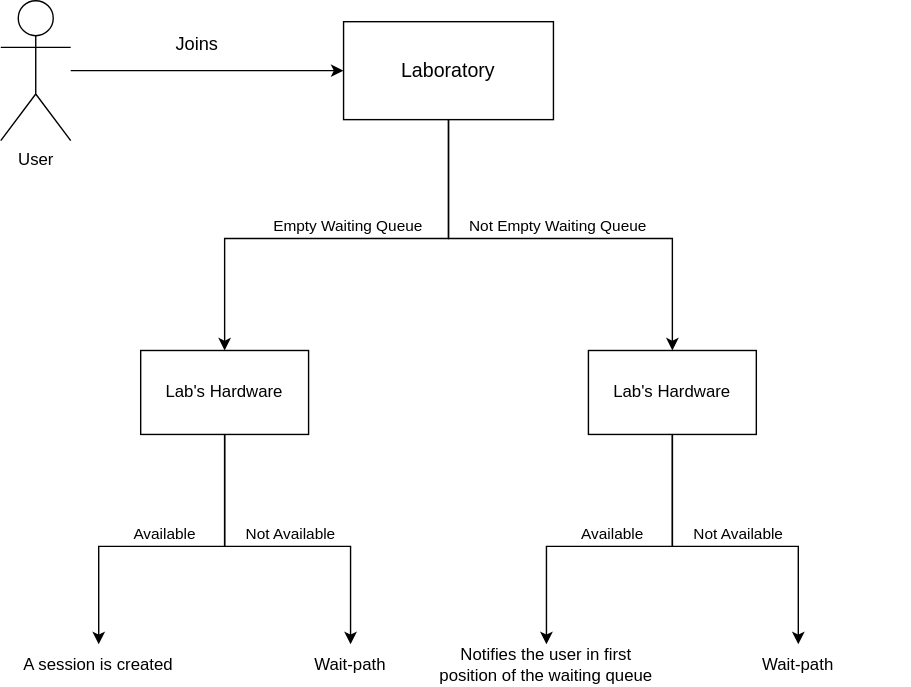
Earlier version of the draw.io export img/api/lab_waiting_queue.drawio.svg (isel-remote-lab/documentation). Source tidied: cells renumbered, new cells last; positions are measured from the earlier drawing's top-left corner, leaving out a move shared by most shapes. The source it was exported from:
```xml
<mxGraphModel>
  <root>
    <mxCell id="0" />
    <mxCell id="1" parent="0" />
    <mxCell id="2" value="Laboratory" style="rounded=0;whiteSpace=wrap;html=1;fontSize=14;" parent="1" vertex="1">
      <mxGeometry x="245" y="15" width="150" height="70" as="geometry" />
    </mxCell>
    <mxCell id="3" value="User" style="shape=umlActor;verticalLabelPosition=bottom;verticalAlign=top;html=1;" parent="1" vertex="1">
      <mxGeometry width="50" height="100" as="geometry" />
    </mxCell>
    <mxCell id="4" style="endArrow=classic;html=1;rounded=0;" parent="1" edge="1" target="2">
      <mxGeometry relative="1" as="geometry">
        <mxPoint x="50" y="50" as="sourcePoint" />
      </mxGeometry>
    </mxCell>
    <mxCell id="5" value="Joins" style="edgeLabel;html=1;align=center;verticalAlign=middle;fontSize=13;" parent="4" vertex="1">
      <mxGeometry x="-0.26" y="1" relative="1" as="geometry">
        <mxPoint x="17" y="-19" as="offset" />
      </mxGeometry>
    </mxCell>
    <mxCell id="6" style="endArrow=classic;html=1;rounded=0;" parent="1" edge="1" source="2">
      <mxGeometry relative="1" as="geometry">
        <mxPoint x="160" y="250" as="targetPoint" />
        <Array as="points">
          <mxPoint x="320" y="170" />
          <mxPoint x="160" y="170" />
        </Array>
      </mxGeometry>
    </mxCell>
    <mxCell id="7" value="Empty Waiting Queue" style="edgeLabel;html=1;align=center;verticalAlign=middle;points=[];" parent="6" vertex="1">
      <mxGeometry x="-0.03" y="-3" relative="1" as="geometry">
        <mxPoint y="-7" as="offset" />
      </mxGeometry>
    </mxCell>
    <mxCell id="8" style="endArrow=classic;html=1;rounded=0;" parent="1" edge="1" source="2">
      <mxGeometry relative="1" as="geometry">
        <mxPoint x="480" y="250" as="targetPoint" />
        <Array as="points">
          <mxPoint x="320" y="170" />
          <mxPoint x="480" y="170" />
        </Array>
      </mxGeometry>
    </mxCell>
    <mxCell id="9" value="Not Empty Waiting Queue" style="edgeLabel;html=1;align=center;verticalAlign=middle;" parent="8" vertex="1">
      <mxGeometry x="-0.07" relative="1" as="geometry">
        <mxPoint x="11" y="-10" as="offset" />
      </mxGeometry>
    </mxCell>
    <mxCell id="10" style="endArrow=classic;html=1;rounded=0;" parent="1" edge="1" target="15">
      <mxGeometry relative="1" as="geometry">
        <mxPoint x="160" y="310" as="sourcePoint" />
        <Array as="points">
          <mxPoint x="160" y="390" />
          <mxPoint x="70" y="390" />
        </Array>
      </mxGeometry>
    </mxCell>
    <mxCell id="11" value="Available" style="edgeLabel;html=1;align=center;verticalAlign=middle;" parent="10" vertex="1">
      <mxGeometry x="-0.03" y="-3" relative="1" as="geometry">
        <mxPoint x="-7" y="-7" as="offset" />
      </mxGeometry>
    </mxCell>
    <mxCell id="12" style="endArrow=classic;html=1;rounded=0;" parent="1" edge="1" target="16">
      <mxGeometry relative="1" as="geometry">
        <mxPoint x="160" y="310" as="sourcePoint" />
        <Array as="points">
          <mxPoint x="160" y="390" />
          <mxPoint x="250" y="390" />
        </Array>
      </mxGeometry>
    </mxCell>
    <mxCell id="13" value="Not Available" style="edgeLabel;html=1;align=center;verticalAlign=middle;" parent="12" vertex="1">
      <mxGeometry x="-0.07" relative="1" as="geometry">
        <mxPoint x="14" y="-10" as="offset" />
      </mxGeometry>
    </mxCell>
    <mxCell id="14" value="Lab's Hardware" style="rounded=0;whiteSpace=wrap;html=1;" parent="1" vertex="1">
      <mxGeometry x="100" y="250" width="120" height="60" as="geometry" />
    </mxCell>
    <mxCell id="15" value="A session is created" style="text;html=1;align=center;verticalAlign=middle;whiteSpace=wrap;rounded=0;" parent="1" vertex="1">
      <mxGeometry x="10" y="460" width="120" height="30" as="geometry" />
    </mxCell>
    <mxCell id="16" value="Wait-path" style="text;html=1;align=center;verticalAlign=middle;whiteSpace=wrap;rounded=0;" parent="1" vertex="1">
      <mxGeometry x="170" y="460" width="160" height="30" as="geometry" />
    </mxCell>
    <mxCell id="17" value="Lab's Hardware" style="rounded=0;whiteSpace=wrap;html=1;" parent="1" vertex="1">
      <mxGeometry x="420" y="250" width="120" height="60" as="geometry" />
    </mxCell>
    <mxCell id="18" style="endArrow=classic;html=1;rounded=0;" parent="1" edge="1" target="22">
      <mxGeometry relative="1" as="geometry">
        <mxPoint x="480" y="310" as="sourcePoint" />
        <Array as="points">
          <mxPoint x="480" y="390" />
          <mxPoint x="390" y="390" />
        </Array>
      </mxGeometry>
    </mxCell>
    <mxCell id="19" value="Available" style="edgeLabel;html=1;align=center;verticalAlign=middle;" parent="18" vertex="1">
      <mxGeometry x="-0.03" y="-3" relative="1" as="geometry">
        <mxPoint x="-7" y="-7" as="offset" />
      </mxGeometry>
    </mxCell>
    <mxCell id="20" style="endArrow=classic;html=1;rounded=0;" parent="1" edge="1" target="23">
      <mxGeometry relative="1" as="geometry">
        <mxPoint x="480" y="310" as="sourcePoint" />
        <Array as="points">
          <mxPoint x="480" y="390" />
          <mxPoint x="570" y="390" />
        </Array>
      </mxGeometry>
    </mxCell>
    <mxCell id="21" value="Not Available" style="edgeLabel;html=1;align=center;verticalAlign=middle;" parent="20" vertex="1">
      <mxGeometry x="-0.07" relative="1" as="geometry">
        <mxPoint x="14" y="-10" as="offset" />
      </mxGeometry>
    </mxCell>
    <mxCell id="22" value="Notifies the user in first position of the waiting queue" style="text;html=1;align=center;verticalAlign=middle;whiteSpace=wrap;rounded=0;" parent="1" vertex="1">
      <mxGeometry x="310" y="460" width="160" height="30" as="geometry" />
    </mxCell>
    <mxCell id="23" value="Wait-path" style="text;html=1;align=center;verticalAlign=middle;whiteSpace=wrap;rounded=0;" parent="1" vertex="1">
      <mxGeometry x="490" y="460" width="160" height="30" as="geometry" />
    </mxCell>
  </root>
</mxGraphModel>
```
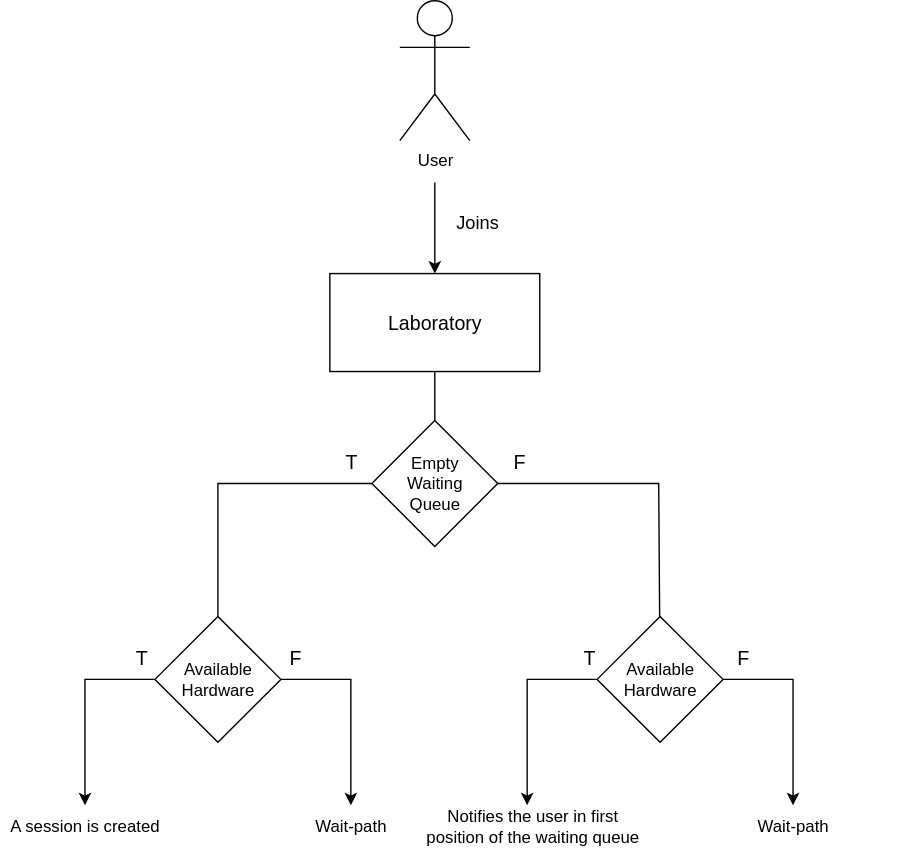
After the commit.

Diff of the diagram source:
```diff
@@ -6,119 +6,85 @@
       <mxGeometry x="245" y="15" width="150" height="70" as="geometry" />
     </mxCell>
     <mxCell id="3" value="User" style="shape=umlActor;verticalLabelPosition=bottom;verticalAlign=top;html=1;" parent="1" vertex="1">
-      <mxGeometry width="50" height="100" as="geometry" />
+      <mxGeometry x="295" y="-180" width="50" height="100" as="geometry" />
     </mxCell>
     <mxCell id="4" style="endArrow=classic;html=1;rounded=0;" parent="1" edge="1" target="2">
       <mxGeometry relative="1" as="geometry">
-        <mxPoint x="50" y="50" as="sourcePoint" />
+        <mxPoint x="320" y="-50" as="sourcePoint" />
       </mxGeometry>
     </mxCell>
     <mxCell id="5" value="Joins" style="edgeLabel;html=1;align=center;verticalAlign=middle;fontSize=13;" parent="4" vertex="1">
       <mxGeometry x="-0.26" y="1" relative="1" as="geometry">
-        <mxPoint x="17" y="-19" as="offset" />
+        <mxPoint x="29" y="3" as="offset" />
       </mxGeometry>
     </mxCell>
-    <mxCell id="6" style="endArrow=classic;html=1;rounded=0;" parent="1" edge="1" source="2">
-      <mxGeometry relative="1" as="geometry">
-        <mxPoint x="160" y="250" as="targetPoint" />
-        <Array as="points">
-          <mxPoint x="320" y="170" />
-          <mxPoint x="160" y="170" />
-        </Array>
-      </mxGeometry>
-    </mxCell>
-    <mxCell id="7" value="Empty Waiting Queue" style="edgeLabel;html=1;align=center;verticalAlign=middle;points=[];" parent="6" vertex="1">
-      <mxGeometry x="-0.03" y="-3" relative="1" as="geometry">
-        <mxPoint y="-7" as="offset" />
-      </mxGeometry>
-    </mxCell>
-    <mxCell id="8" style="endArrow=classic;html=1;rounded=0;" parent="1" edge="1" source="2">
-      <mxGeometry relative="1" as="geometry">
-        <mxPoint x="480" y="250" as="targetPoint" />
-        <Array as="points">
-          <mxPoint x="320" y="170" />
-          <mxPoint x="480" y="170" />
-        </Array>
-      </mxGeometry>
-    </mxCell>
-    <mxCell id="9" value="Not Empty Waiting Queue" style="edgeLabel;html=1;align=center;verticalAlign=middle;" parent="8" vertex="1">
-      <mxGeometry x="-0.07" relative="1" as="geometry">
-        <mxPoint x="11" y="-10" as="offset" />
-      </mxGeometry>
-    </mxCell>
-    <mxCell id="10" style="endArrow=classic;html=1;rounded=0;" parent="1" edge="1" target="15">
-      <mxGeometry relative="1" as="geometry">
-        <mxPoint x="160" y="310" as="sourcePoint" />
-        <Array as="points">
-          <mxPoint x="160" y="390" />
-          <mxPoint x="70" y="390" />
-        </Array>
-      </mxGeometry>
-    </mxCell>
-    <mxCell id="11" value="Available" style="edgeLabel;html=1;align=center;verticalAlign=middle;" parent="10" vertex="1">
-      <mxGeometry x="-0.03" y="-3" relative="1" as="geometry">
-        <mxPoint x="-7" y="-7" as="offset" />
-      </mxGeometry>
-    </mxCell>
-    <mxCell id="12" style="endArrow=classic;html=1;rounded=0;" parent="1" edge="1" target="16">
-      <mxGeometry relative="1" as="geometry">
-        <mxPoint x="160" y="310" as="sourcePoint" />
-        <Array as="points">
-          <mxPoint x="160" y="390" />
-          <mxPoint x="250" y="390" />
-        </Array>
-      </mxGeometry>
-    </mxCell>
-    <mxCell id="13" value="Not Available" style="edgeLabel;html=1;align=center;verticalAlign=middle;" parent="12" vertex="1">
-      <mxGeometry x="-0.07" relative="1" as="geometry">
-        <mxPoint x="14" y="-10" as="offset" />
-      </mxGeometry>
-    </mxCell>
-    <mxCell id="14" value="Lab's Hardware" style="rounded=0;whiteSpace=wrap;html=1;" parent="1" vertex="1">
-      <mxGeometry x="100" y="250" width="120" height="60" as="geometry" />
-    </mxCell>
     <mxCell id="15" value="A session is created" style="text;html=1;align=center;verticalAlign=middle;whiteSpace=wrap;rounded=0;" parent="1" vertex="1">
-      <mxGeometry x="10" y="460" width="120" height="30" as="geometry" />
+      <mxGeometry x="10" y="395" width="120" height="30" as="geometry" />
     </mxCell>
     <mxCell id="16" value="Wait-path" style="text;html=1;align=center;verticalAlign=middle;whiteSpace=wrap;rounded=0;" parent="1" vertex="1">
-      <mxGeometry x="170" y="460" width="160" height="30" as="geometry" />
+      <mxGeometry x="180" y="395" width="160" height="30" as="geometry" />
     </mxCell>
-    <mxCell id="17" value="Lab's Hardware" style="rounded=0;whiteSpace=wrap;html=1;" parent="1" vertex="1">
-      <mxGeometry x="420" y="250" width="120" height="60" as="geometry" />
-    </mxCell>
-    <mxCell id="18" style="endArrow=classic;html=1;rounded=0;" parent="1" edge="1" target="22">
-      <mxGeometry relative="1" as="geometry">
-        <mxPoint x="480" y="310" as="sourcePoint" />
-        <Array as="points">
-          <mxPoint x="480" y="390" />
-          <mxPoint x="390" y="390" />
-        </Array>
-      </mxGeometry>
-    </mxCell>
-    <mxCell id="19" value="Available" style="edgeLabel;html=1;align=center;verticalAlign=middle;" parent="18" vertex="1">
-      <mxGeometry x="-0.03" y="-3" relative="1" as="geometry">
-        <mxPoint x="-7" y="-7" as="offset" />
-      </mxGeometry>
-    </mxCell>
-    <mxCell id="20" style="endArrow=classic;html=1;rounded=0;" parent="1" edge="1" target="23">
-      <mxGeometry relative="1" as="geometry">
-        <mxPoint x="480" y="310" as="sourcePoint" />
-        <Array as="points">
-          <mxPoint x="480" y="390" />
-          <mxPoint x="570" y="390" />
-        </Array>
-      </mxGeometry>
-    </mxCell>
-    <mxCell id="21" value="Not Available" style="edgeLabel;html=1;align=center;verticalAlign=middle;" parent="20" vertex="1">
-      <mxGeometry x="-0.07" relative="1" as="geometry">
-        <mxPoint x="14" y="-10" as="offset" />
-      </mxGeometry>
-    </mxCell>
     <mxCell id="22" value="Notifies the user in first position of the waiting queue" style="text;html=1;align=center;verticalAlign=middle;whiteSpace=wrap;rounded=0;" parent="1" vertex="1">
-      <mxGeometry x="310" y="460" width="160" height="30" as="geometry" />
+      <mxGeometry x="310" y="395" width="160" height="30" as="geometry" />
     </mxCell>
     <mxCell id="23" value="Wait-path" style="text;html=1;align=center;verticalAlign=middle;whiteSpace=wrap;rounded=0;" parent="1" vertex="1">
-      <mxGeometry x="490" y="460" width="160" height="30" as="geometry" />
+      <mxGeometry x="496" y="395" width="160" height="30" as="geometry" />
     </mxCell>
+    <mxCell id="7" value="Empty&lt;div&gt;Waiting&lt;/div&gt;&lt;div&gt;Queue&lt;/div&gt;" style="rhombus;whiteSpace=wrap;html=1;" parent="1" vertex="1">
+      <mxGeometry x="275" y="120" width="90" height="90" as="geometry" />
+    </mxCell>
+    <mxCell id="24" style="endArrow=none;html=1;rounded=0;" parent="1" edge="1" source="7" target="2">
+      <mxGeometry relative="1" as="geometry" />
+    </mxCell>
+    <mxCell id="25" value="Available&lt;div&gt;Hardware&lt;/div&gt;" style="rhombus;whiteSpace=wrap;html=1;" parent="1" vertex="1">
+      <mxGeometry x="120" y="260" width="90" height="90" as="geometry" />
+    </mxCell>
+    <mxCell id="26" value="T" style="endArrow=classic;html=1;rounded=0;fontSize=14;" parent="1" edge="1" source="25" target="15">
+      <mxGeometry x="-0.86" y="-15" relative="1" as="geometry">
+        <Array as="points">
+          <mxPoint x="70" y="305" />
+        </Array>
+      </mxGeometry>
+    </mxCell>
+    <mxCell id="27" value="F" style="endArrow=classic;html=1;rounded=0;fontSize=14;" parent="1" edge="1" source="25" target="16">
+      <mxGeometry x="-0.86" y="15" relative="1" as="geometry">
+        <Array as="points">
+          <mxPoint x="260" y="305" />
+        </Array>
+      </mxGeometry>
+    </mxCell>
+    <mxCell id="28" value="T" style="endArrow=none;html=1;rounded=0;fontSize=14;" parent="1" edge="1" source="25" target="7">
+      <mxGeometry x="0.85" y="15" relative="1" as="geometry">
+        <Array as="points">
+          <mxPoint x="165" y="165" />
+        </Array>
+      </mxGeometry>
+    </mxCell>
+    <mxCell id="29" value="Available&lt;div&gt;Hardware&lt;/div&gt;" style="rhombus;whiteSpace=wrap;html=1;" parent="1" vertex="1">
+      <mxGeometry x="436" y="260" width="90" height="90" as="geometry" />
+    </mxCell>
+    <mxCell id="30" value="F" style="endArrow=none;html=1;rounded=0;fontSize=14;" parent="1" edge="1" source="29" target="7">
+      <mxGeometry x="0.86" y="-15" relative="1" as="geometry">
+        <Array as="points">
+          <mxPoint x="480" y="165" />
+        </Array>
+      </mxGeometry>
+    </mxCell>
+    <mxCell id="31" value="T" style="endArrow=classic;html=1;rounded=0;fontSize=14;" parent="1" edge="1" source="29">
+      <mxGeometry x="-0.91" y="-15" relative="1" as="geometry">
+        <mxPoint x="386" y="395" as="targetPoint" />
+        <Array as="points">
+          <mxPoint x="386" y="305" />
+        </Array>
+      </mxGeometry>
+    </mxCell>
+    <mxCell id="32" value="F" style="endArrow=classic;html=1;rounded=0;fontSize=14;" parent="1" edge="1" target="23">
+      <mxGeometry x="-0.8" y="15" relative="1" as="geometry">
+        <mxPoint x="526" y="305" as="sourcePoint" />
+        <Array as="points">
+          <mxPoint x="576" y="305" />
+        </Array>
+      </mxGeometry>
+    </mxCell>
   </root>
 </mxGraphModel>
```
